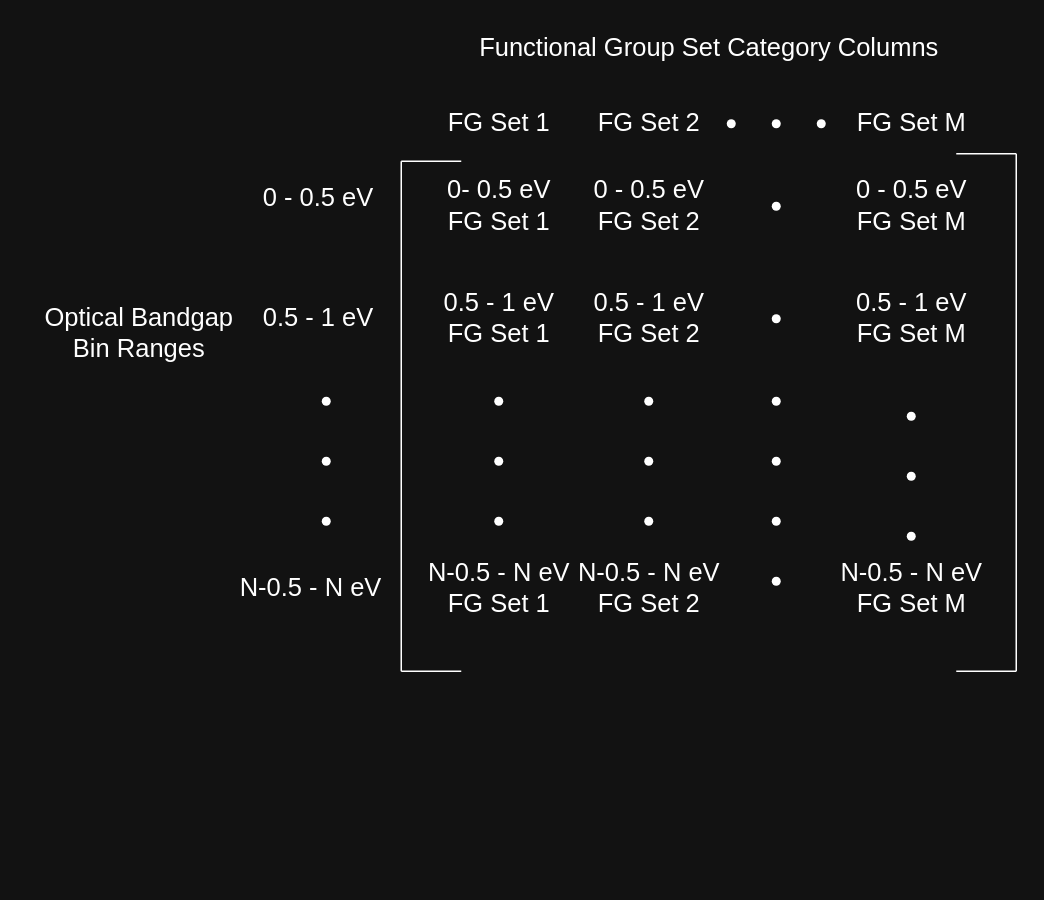
Earlier version of the draw.io diagram docs/source/_static/Statistical_Matrix.drawio (wtriddle/IFG). Source tidied: cells renumbered, new cells numbered last; positions are measured from the earlier drawing's top-left corner, leaving out a move shared by most shapes. Both pictures are drawn from the tidied source at 150%, with x=0, y=0 at pixel (26, 26).
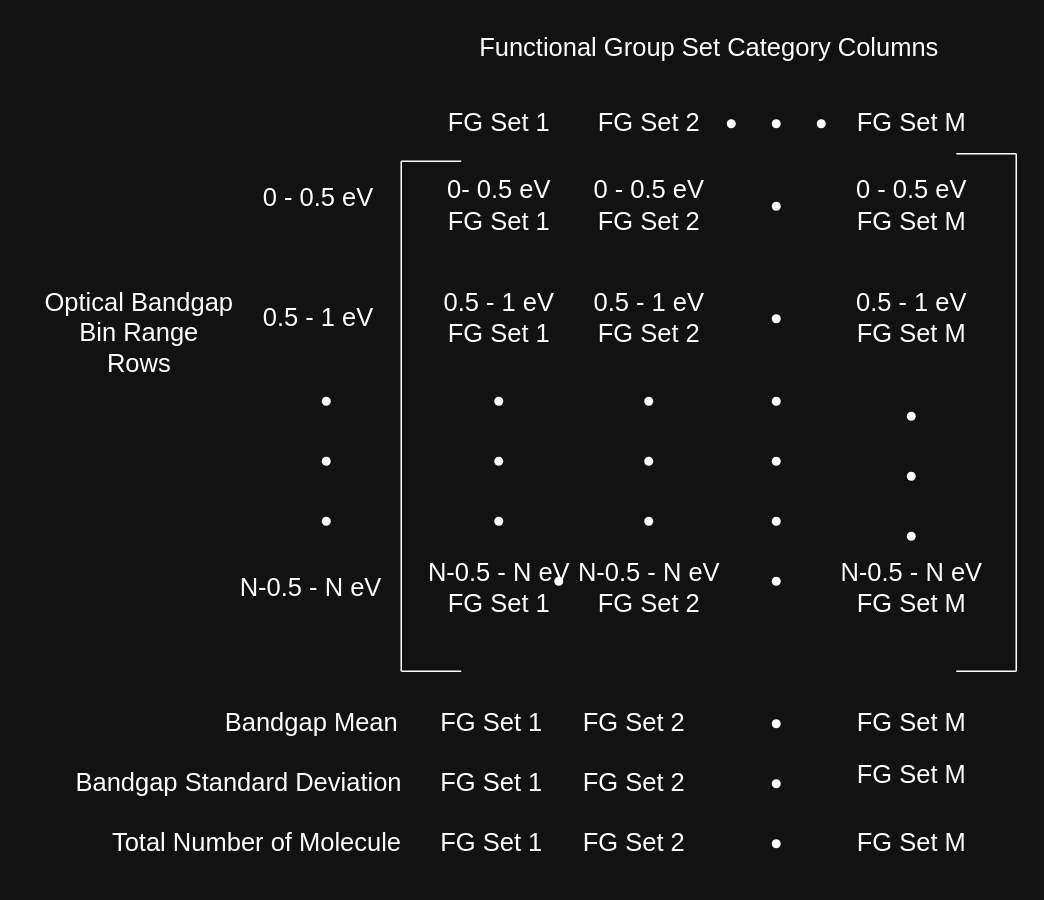
The same page after the edit.

What changed in the source:
```diff
@@
-    <mxCell id="37" value="Optical Bandgap &lt;br&gt;Bin Ranges" style="text;html=1;align=center;verticalAlign=middle;strokeColor=none;fillColor=none;fontSize=17;fontColor=#FFFFFF;" parent="1" vertex="1">
-      <mxGeometry y="180" width="150" height="50" as="geometry" />
+    <mxCell id="37" value="Optical Bandgap &lt;br&gt;Bin Range&lt;br&gt;Rows" style="text;html=1;align=center;verticalAlign=middle;strokeColor=none;fillColor=none;fontSize=17;fontColor=#FFFFFF;" parent="1" vertex="1">
+      <mxGeometry y="170" width="150" height="70" as="geometry" />
     </mxCell>
@@
+    <mxCell id="46" value="Bandgap Mean" style="text;html=1;strokeColor=none;fillColor=none;align=center;verticalAlign=middle;whiteSpace=wrap;rounded=0;fontSize=17;fontColor=#FFFFFF;" parent="1" vertex="1">
+      <mxGeometry x="127.5" y="450" width="125" height="30" as="geometry" />
+    </mxCell>
+    <mxCell id="47" value="Bandgap Standard Deviation" style="text;html=1;strokeColor=none;fillColor=none;align=center;verticalAlign=middle;whiteSpace=wrap;rounded=0;fontSize=17;fontColor=#FFFFFF;" parent="1" vertex="1">
+      <mxGeometry x="17.5" y="490" width="247.5" height="30" as="geometry" />
+    </mxCell>
+    <mxCell id="48" value="Total Number of Molecule" style="text;html=1;strokeColor=none;fillColor=none;align=center;verticalAlign=middle;whiteSpace=wrap;rounded=0;fontSize=17;fontColor=#FFFFFF;" parent="1" vertex="1">
+      <mxGeometry x="30" y="530" width="247.5" height="30" as="geometry" />
+    </mxCell>
+    <mxCell id="49" style="shape=waypoint;sketch=0;fillStyle=solid;size=6;fillColor=none;perimeter=centerPerimeter;strokeColor=#FFFFFF;fontSize=17;fontColor=#FFFFFF;" parent="1" vertex="1">
+      <mxGeometry x="480" y="445" width="40" height="40" as="geometry" />
+    </mxCell>
+    <mxCell id="50" style="shape=waypoint;sketch=0;fillStyle=solid;size=6;fillColor=none;perimeter=centerPerimeter;strokeColor=#FFFFFF;fontSize=17;fontColor=#FFFFFF;" parent="1" vertex="1">
+      <mxGeometry x="335" y="350" width="40" height="40" as="geometry" />
+    </mxCell>
+    <mxCell id="51" value="FG Set 1" style="text;html=1;align=center;verticalAlign=middle;strokeColor=none;fillColor=none;fontSize=17;fontColor=#FFFFFF;" parent="1" vertex="1">
+      <mxGeometry x="265" y="450" width="90" height="30" as="geometry" />
+    </mxCell>
+    <mxCell id="52" value="FG Set 1" style="text;html=1;align=center;verticalAlign=middle;strokeColor=none;fillColor=none;fontSize=17;fontColor=#FFFFFF;" parent="1" vertex="1">
+      <mxGeometry x="265" y="490" width="90" height="30" as="geometry" />
+    </mxCell>
+    <mxCell id="53" value="FG Set 1" style="text;html=1;align=center;verticalAlign=middle;strokeColor=none;fillColor=none;fontSize=17;fontColor=#FFFFFF;" parent="1" vertex="1">
+      <mxGeometry x="265" y="530" width="90" height="30" as="geometry" />
+    </mxCell>
+    <mxCell id="54" value="FG Set 2" style="text;html=1;align=center;verticalAlign=middle;strokeColor=none;fillColor=none;fontSize=17;fontColor=#FFFFFF;" parent="1" vertex="1">
+      <mxGeometry x="360" y="450" width="90" height="30" as="geometry" />
+    </mxCell>
+    <mxCell id="55" value="FG Set 2" style="text;html=1;align=center;verticalAlign=middle;strokeColor=none;fillColor=none;fontSize=17;fontColor=#FFFFFF;" parent="1" vertex="1">
+      <mxGeometry x="360" y="490" width="90" height="30" as="geometry" />
+    </mxCell>
+    <mxCell id="56" value="FG Set 2" style="text;html=1;align=center;verticalAlign=middle;strokeColor=none;fillColor=none;fontSize=17;fontColor=#FFFFFF;" parent="1" vertex="1">
+      <mxGeometry x="360" y="530" width="90" height="30" as="geometry" />
+    </mxCell>
+    <mxCell id="57" style="shape=waypoint;sketch=0;fillStyle=solid;size=6;fillColor=none;perimeter=centerPerimeter;strokeColor=#FFFFFF;fontSize=17;fontColor=#FFFFFF;" parent="1" vertex="1">
+      <mxGeometry x="480" y="485" width="40" height="40" as="geometry" />
+    </mxCell>
+    <mxCell id="58" style="shape=waypoint;sketch=0;fillStyle=solid;size=6;fillColor=none;perimeter=centerPerimeter;strokeColor=#FFFFFF;fontSize=17;fontColor=#FFFFFF;" parent="1" vertex="1">
+      <mxGeometry x="480" y="525" width="40" height="40" as="geometry" />
+    </mxCell>
+    <mxCell id="59" value="FG Set M" style="text;html=1;align=center;verticalAlign=middle;strokeColor=none;fillColor=none;fontSize=17;fontColor=#FFFFFF;" parent="1" vertex="1">
+      <mxGeometry x="540" y="485" width="100" height="30" as="geometry" />
+    </mxCell>
+    <mxCell id="60" value="FG Set M" style="text;html=1;align=center;verticalAlign=middle;strokeColor=none;fillColor=none;fontSize=17;fontColor=#FFFFFF;" parent="1" vertex="1">
+      <mxGeometry x="540" y="530" width="100" height="30" as="geometry" />
+    </mxCell>
+    <mxCell id="61" value="FG Set M" style="text;html=1;align=center;verticalAlign=middle;strokeColor=none;fillColor=none;fontSize=17;fontColor=#FFFFFF;" parent="1" vertex="1">
+      <mxGeometry x="540" y="450" width="100" height="30" as="geometry" />
+    </mxCell>
```
